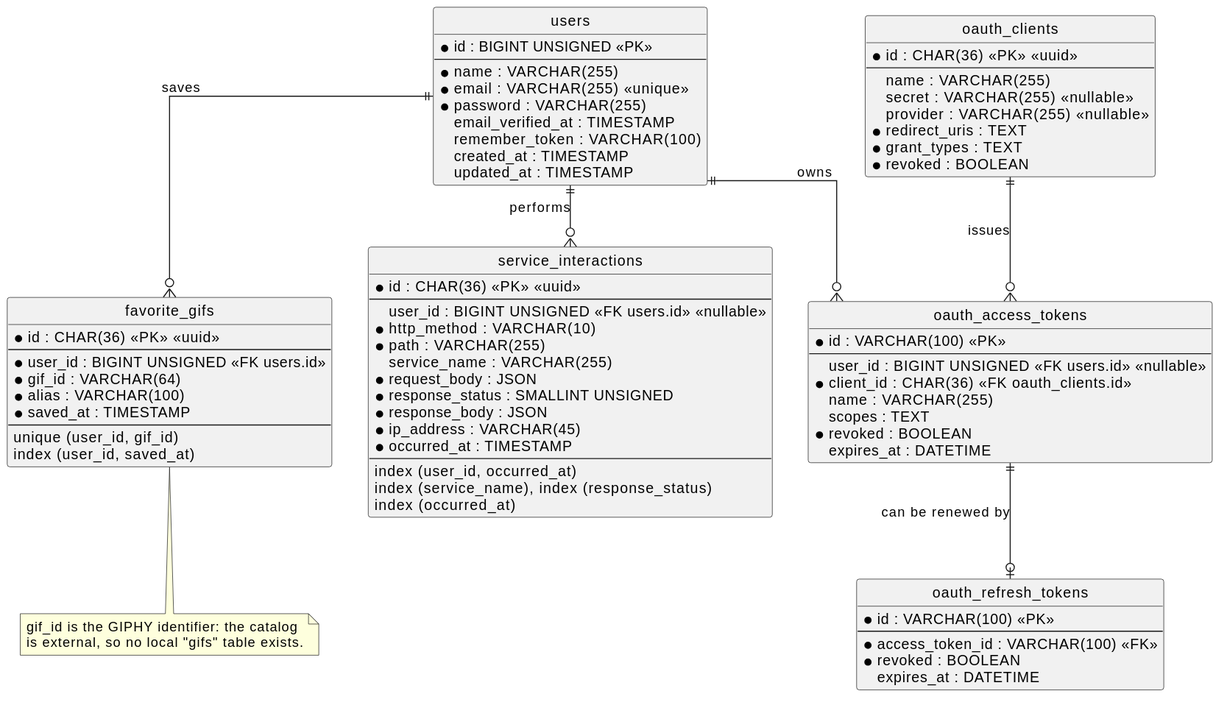
Earlier version of the PlantUML export docs/diagrams/der.svg (alexisrivero/challenge-prex).
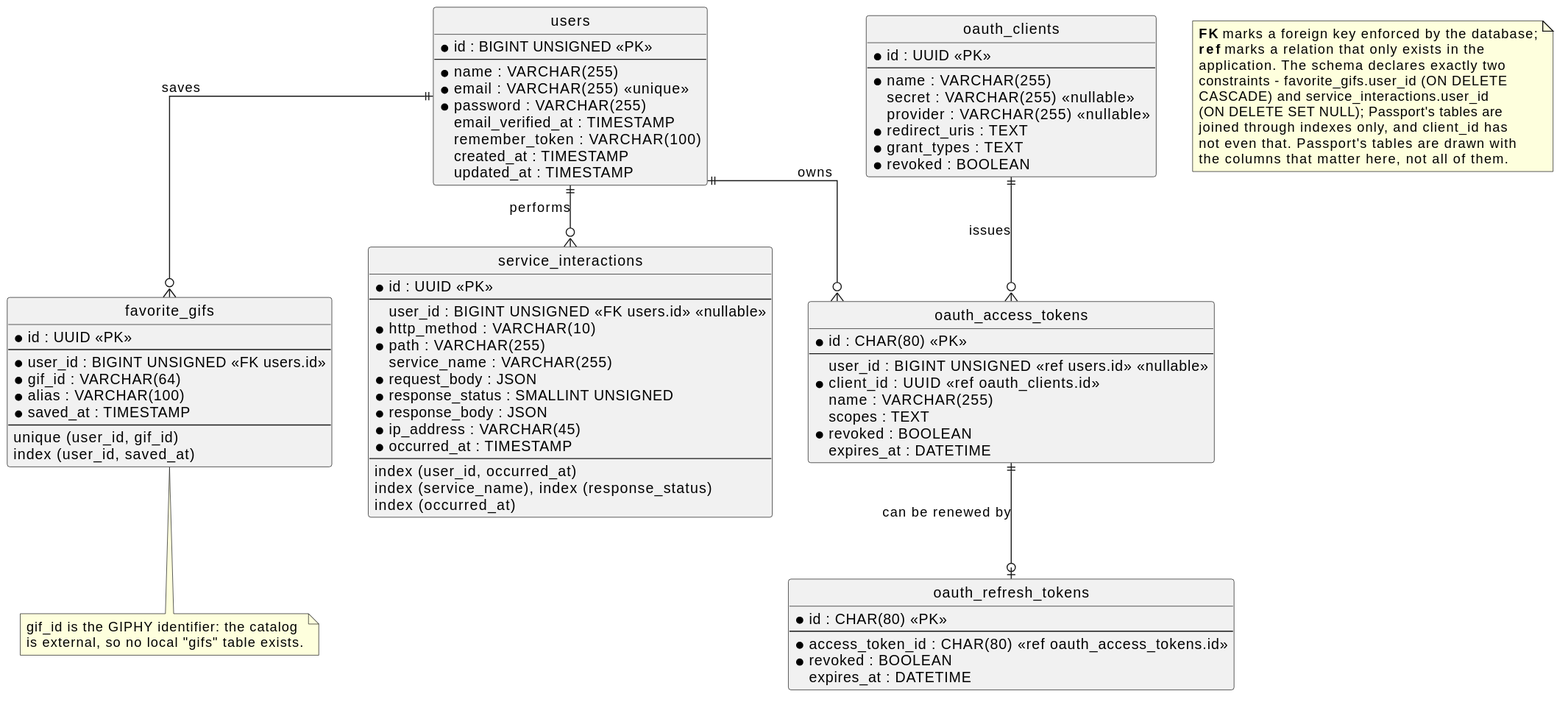
After the commit.

Commit message:
Correct the diagrams against the schema and the code, properly this time

Change to the diagram source:
```diff
@@ -16,7 +16,7 @@
 }
 
 entity "favorite_gifs" as favorites {
-  * id : CHAR(36) <<PK>> <<uuid>>
+  * id : UUID <<PK>>
   --
   * user_id : BIGINT UNSIGNED <<FK users.id>>
   * gif_id : VARCHAR(64)
@@ -28,7 +28,7 @@
 }
 
 entity "service_interactions" as interactions {
-  * id : CHAR(36) <<PK>> <<uuid>>
+  * id : UUID <<PK>>
   --
   user_id : BIGINT UNSIGNED <<FK users.id>> <<nullable>>
   * http_method : VARCHAR(10)
@@ -46,9 +46,9 @@
 }
 
 entity "oauth_clients" as clients {
-  * id : CHAR(36) <<PK>> <<uuid>>
+  * id : UUID <<PK>>
   --
-  name : VARCHAR(255)
+  * name : VARCHAR(255)
   secret : VARCHAR(255) <<nullable>>
   provider : VARCHAR(255) <<nullable>>
   * redirect_uris : TEXT
@@ -57,10 +57,10 @@
 }
 
 entity "oauth_access_tokens" as tokens {
-  * id : VARCHAR(100) <<PK>>
+  * id : CHAR(80) <<PK>>
   --
-  user_id : BIGINT UNSIGNED <<FK users.id>> <<nullable>>
-  * client_id : CHAR(36) <<FK oauth_clients.id>>
+  user_id : BIGINT UNSIGNED <<ref users.id>> <<nullable>>
+  * client_id : UUID <<ref oauth_clients.id>>
   name : VARCHAR(255)
   scopes : TEXT
   * revoked : BOOLEAN
@@ -68,9 +68,9 @@
 }
 
 entity "oauth_refresh_tokens" as refresh {
-  * id : VARCHAR(100) <<PK>>
+  * id : CHAR(80) <<PK>>
   --
-  * access_token_id : VARCHAR(100) <<FK>>
+  * access_token_id : CHAR(80) <<ref oauth_access_tokens.id>>
   * revoked : BOOLEAN
   expires_at : DATETIME
 }
@@ -81,6 +81,18 @@
 clients ||--o{ tokens : "issues"
 tokens ||--o| refresh : "can be renewed by"
 
+note as ForeignKeys
+  <b>FK</b> marks a foreign key enforced by the database;
+  <b>ref</b> marks a relation that only exists in the
+  application. The schema declares exactly two
+  constraints - favorite_gifs.user_id (ON DELETE
+  CASCADE) and service_interactions.user_id
+  (ON DELETE SET NULL); Passport's tables are
+  joined through indexes only, and client_id has
+  not even that. Passport's tables are drawn with
+  the columns that matter here, not all of them.
+end note
+
 note bottom of favorites
   gif_id is the GIPHY identifier: the catalog
   is external, so no local "gifs" table exists.
```
